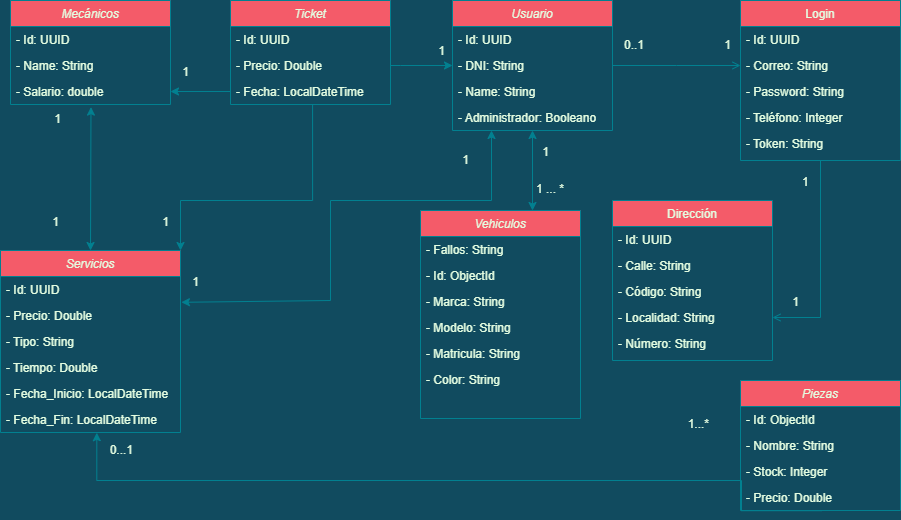
This is taller/Documentación/Taller Mecánico UML.png from javiergmun/TallerMecanico-AD-PSP, a draw.io export, as it was before one commit. Source tidied: cells renumbered, new cells last; positions are measured from the earlier drawing's top-left corner, leaving out a move shared by most shapes.
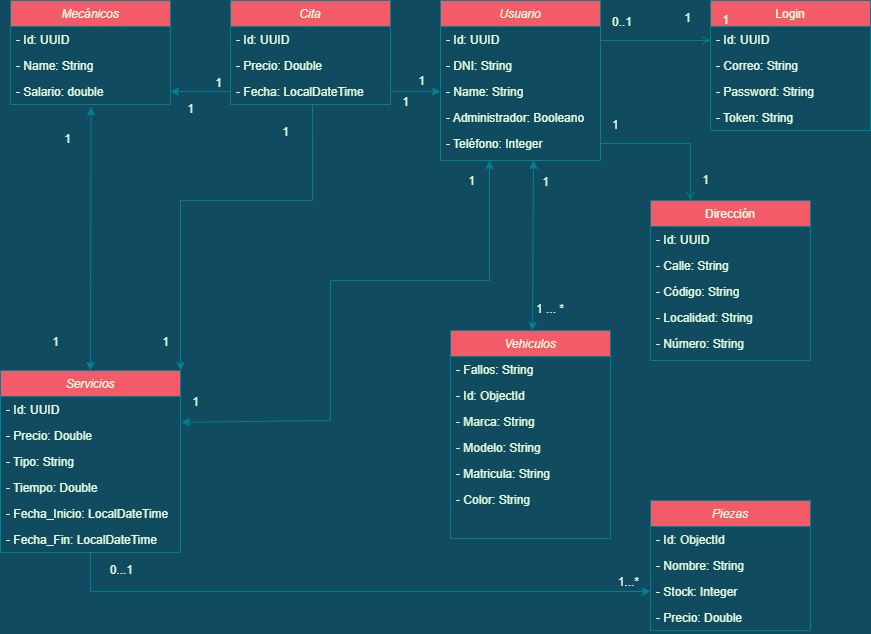
After the change.

Commit message:
Cambios UML

The edit, as a diff of the source:
```diff
@@ -3,7 +3,7 @@
     <mxCell id="0" />
     <mxCell id="1" parent="0" />
     <mxCell id="2" value="Usuario" style="swimlane;fontStyle=2;align=center;verticalAlign=top;horizontal=1;startSize=26;rounded=0;shadow=0;strokeWidth=1;fillColor=#F45B69;strokeColor=#028090;fontColor=#E4FDE1;" parent="1" vertex="1">
-      <mxGeometry x="452" width="160" height="130" as="geometry" />
+      <mxGeometry x="440" y="-120" width="160" height="160" as="geometry" />
     </mxCell>
     <mxCell id="3" value="- Id: UUID" style="text;align=left;verticalAlign=top;spacingLeft=4;spacingRight=4;overflow=hidden;fontColor=#E4FDE1;" parent="2" vertex="1">
       <mxGeometry y="26" width="160" height="26" as="geometry" />
@@ -17,8 +17,11 @@
     <mxCell id="6" value="- Administrador: Booleano" style="text;align=left;verticalAlign=top;spacingLeft=4;spacingRight=4;overflow=hidden;fontColor=#E4FDE1;" parent="2" vertex="1">
       <mxGeometry y="104" width="160" height="26" as="geometry" />
     </mxCell>
+    <mxCell id="11" value="- Teléfono: Integer" style="text;align=left;verticalAlign=top;spacingLeft=4;spacingRight=4;overflow=hidden;points=[[0,0.5],[1,0.5]];portConstraint=eastwest;fontColor=#E4FDE1;" parent="2" vertex="1">
+      <mxGeometry y="130" width="160" height="26" as="geometry" />
+    </mxCell>
     <mxCell id="7" value="Login" style="swimlane;fontStyle=0;align=center;verticalAlign=top;horizontal=1;startSize=26;rounded=0;shadow=0;strokeWidth=1;fillColor=#F45B69;strokeColor=#028090;fontColor=#E4FDE1;" parent="1" vertex="1">
-      <mxGeometry x="740" width="160" height="160" as="geometry" />
+      <mxGeometry x="710" y="-120" width="160" height="130" as="geometry" />
     </mxCell>
     <mxCell id="8" value="- Id: UUID" style="text;align=left;verticalAlign=top;spacingLeft=4;spacingRight=4;overflow=hidden;rounded=0;shadow=0;html=0;fontColor=#E4FDE1;" parent="7" vertex="1">
       <mxGeometry y="26" width="160" height="26" as="geometry" />
@@ -29,38 +32,37 @@
     <mxCell id="10" value="- Password: String" style="text;align=left;verticalAlign=top;spacingLeft=4;spacingRight=4;overflow=hidden;rounded=0;shadow=0;html=0;fontColor=#E4FDE1;" parent="7" vertex="1">
       <mxGeometry y="78" width="160" height="26" as="geometry" />
     </mxCell>
-    <mxCell id="11" value="- Teléfono: Integer" style="text;align=left;verticalAlign=top;spacingLeft=4;spacingRight=4;overflow=hidden;points=[[0,0.5],[1,0.5]];portConstraint=eastwest;rounded=0;shadow=0;html=0;fontColor=#E4FDE1;" parent="7" vertex="1">
-      <mxGeometry y="104" width="160" height="26" as="geometry" />
-    </mxCell>
     <mxCell id="12" value="- Token: String" style="text;align=left;verticalAlign=top;spacingLeft=4;spacingRight=4;overflow=hidden;rounded=0;shadow=0;html=0;fontColor=#E4FDE1;" parent="7" vertex="1">
-      <mxGeometry y="130" width="160" height="26" as="geometry" />
+      <mxGeometry y="104" width="160" height="26" as="geometry" />
     </mxCell>
     <mxCell id="13" style="endArrow=open;shadow=0;strokeWidth=1;rounded=0;endFill=1;edgeStyle=elbowEdgeStyle;elbow=vertical;labelBackgroundColor=#114B5F;strokeColor=#028090;fontColor=#E4FDE1;" parent="1" edge="1" source="2" target="7">
       <mxGeometry x="0.5" y="41" relative="1" as="geometry">
+        <Array as="points">
+          <mxPoint x="630" y="-80" />
+          <mxPoint x="640" y="50" />
+        </Array>
         <mxPoint x="-40" y="32" as="offset" />
       </mxGeometry>
     </mxCell>
     <mxCell id="14" value="0..1" style="align=left;verticalAlign=bottom;labelBackgroundColor=none;fontSize=12;fillColor=#F45B69;strokeColor=#028090;fontColor=#E4FDE1;" parent="13" vertex="1">
       <mxGeometry x="-1" relative="1" as="geometry">
-        <mxPoint x="10" y="-12" as="offset" />
+        <mxPoint x="10" y="-10" as="offset" />
       </mxGeometry>
     </mxCell>
     <mxCell id="15" value="1" style="align=right;verticalAlign=bottom;labelBackgroundColor=none;fontSize=12;fillColor=#F45B69;strokeColor=#028090;fontColor=#E4FDE1;" parent="13" vertex="1">
       <mxGeometry x="1" relative="1" as="geometry">
-        <mxPoint x="-8" y="-12" as="offset" />
+        <mxPoint x="20" y="-12" as="offset" />
       </mxGeometry>
     </mxCell>
-    <mxCell id="16" style="edgeStyle=orthogonalEdgeStyle;rounded=0;jettySize=auto;html=1;exitX=0.508;exitY=1.008;exitDx=0;exitDy=0;exitPerimeter=0;entryX=0.535;entryY=1.008;entryDx=0;entryDy=0;entryPerimeter=0;labelBackgroundColor=#114B5F;strokeColor=#028090;fontColor=#E4FDE1;" parent="1" edge="1" source="21">
+    <mxCell id="16" style="edgeStyle=orthogonalEdgeStyle;rounded=0;jettySize=auto;html=1;labelBackgroundColor=#114B5F;strokeColor=#028090;fontColor=#E4FDE1;entryX=0;entryY=0.5;entryDx=0;entryDy=0;" parent="1" edge="1" source="37" target="20">
       <mxGeometry relative="1" as="geometry">
-        <mxPoint x="96.3" y="432.2" as="targetPoint" />
         <Array as="points">
-          <mxPoint x="741" y="480" />
-          <mxPoint x="96" y="480" />
+          <mxPoint x="90" y="471" />
         </Array>
       </mxGeometry>
     </mxCell>
     <mxCell id="17" value="Piezas" style="swimlane;fontStyle=2;align=center;verticalAlign=top;horizontal=1;startSize=26;rounded=0;shadow=0;strokeWidth=1;fillColor=#F45B69;strokeColor=#028090;fontColor=#E4FDE1;" parent="1" vertex="1">
-      <mxGeometry x="740" y="380" width="160" height="130" as="geometry" />
+      <mxGeometry x="650" y="380" width="160" height="130" as="geometry" />
     </mxCell>
     <mxCell id="18" value="- Id: ObjectId" style="text;align=left;verticalAlign=top;spacingLeft=4;spacingRight=4;overflow=hidden;fontColor=#E4FDE1;" parent="17" vertex="1">
       <mxGeometry y="26" width="160" height="26" as="geometry" />
@@ -77,13 +79,13 @@
     <mxCell id="22" style="edgeStyle=orthogonalEdgeStyle;rounded=0;jettySize=auto;html=1;entryX=1;entryY=0;entryDx=0;entryDy=0;exitX=0.513;exitY=1.008;exitDx=0;exitDy=0;exitPerimeter=0;labelBackgroundColor=#114B5F;strokeColor=#028090;fontColor=#E4FDE1;" parent="1" edge="1" source="26" target="31">
       <mxGeometry relative="1" as="geometry">
         <Array as="points">
-          <mxPoint x="312" y="200" />
-          <mxPoint x="180" y="200" />
+          <mxPoint x="312" y="80" />
+          <mxPoint x="180" y="80" />
         </Array>
       </mxGeometry>
     </mxCell>
-    <mxCell id="23" value="Ticket" style="swimlane;fontStyle=2;align=center;verticalAlign=top;horizontal=1;startSize=26;rounded=0;shadow=0;strokeWidth=1;fillColor=#F45B69;strokeColor=#028090;fontColor=#E4FDE1;" parent="1" vertex="1">
-      <mxGeometry x="230" width="160" height="104" as="geometry" />
+    <mxCell id="23" value="Cita" style="swimlane;fontStyle=2;align=center;verticalAlign=top;horizontal=1;startSize=26;rounded=0;shadow=0;strokeWidth=1;fillColor=#F45B69;strokeColor=#028090;fontColor=#E4FDE1;" parent="1" vertex="1">
+      <mxGeometry x="230" y="-120" width="160" height="104" as="geometry" />
     </mxCell>
     <mxCell id="24" value="- Id: UUID" style="text;align=left;verticalAlign=top;spacingLeft=4;spacingRight=4;overflow=hidden;fontColor=#E4FDE1;" parent="23" vertex="1">
       <mxGeometry y="26" width="160" height="26" as="geometry" />
@@ -95,7 +97,7 @@
       <mxGeometry y="78" width="160" height="26" as="geometry" />
     </mxCell>
     <mxCell id="27" value="Mecánicos" style="swimlane;fontStyle=2;align=center;verticalAlign=top;horizontal=1;startSize=26;rounded=0;shadow=0;strokeWidth=1;fillColor=#F45B69;strokeColor=#028090;fontColor=#E4FDE1;" parent="1" vertex="1">
-      <mxGeometry x="10" width="160" height="104" as="geometry" />
+      <mxGeometry x="10" y="-120" width="160" height="104" as="geometry" />
     </mxCell>
     <mxCell id="28" value="- Id: UUID" style="text;align=left;verticalAlign=top;spacingLeft=4;spacingRight=4;overflow=hidden;fontColor=#E4FDE1;" parent="27" vertex="1">
       <mxGeometry y="26" width="160" height="26" as="geometry" />
@@ -128,7 +130,7 @@
       <mxGeometry y="156" width="180" height="26" as="geometry" />
     </mxCell>
     <mxCell id="38" value="Vehiculos" style="swimlane;fontStyle=2;align=center;verticalAlign=top;horizontal=1;startSize=26;rounded=0;shadow=0;strokeWidth=1;fillColor=#F45B69;strokeColor=#028090;fontColor=#E4FDE1;" parent="1" vertex="1">
-      <mxGeometry x="420" y="210" width="160" height="208" as="geometry" />
+      <mxGeometry x="450" y="210" width="160" height="208" as="geometry" />
     </mxCell>
     <mxCell id="39" value="- Fallos: String" style="text;align=left;verticalAlign=top;spacingLeft=4;spacingRight=4;overflow=hidden;fontColor=#E4FDE1;" parent="38" vertex="1">
       <mxGeometry y="26" width="160" height="26" as="geometry" />
@@ -150,30 +152,25 @@
     </mxCell>
     <mxCell id="45" style="endArrow=classic;startArrow=classic;html=1;rounded=0;exitX=1.005;exitY=-0.008;exitDx=0;exitDy=0;exitPerimeter=0;labelBackgroundColor=#114B5F;strokeColor=#028090;fontColor=#E4FDE1;" parent="1" edge="1" source="33">
       <mxGeometry relative="1" as="geometry">
-        <mxPoint x="491" y="130" as="targetPoint" />
+        <mxPoint x="489" y="40" as="targetPoint" />
         <Array as="points">
           <mxPoint x="330" y="300" />
-          <mxPoint x="330" y="200" />
-          <mxPoint x="491" y="200" />
+          <mxPoint x="330" y="160" />
+          <mxPoint x="489" y="160" />
         </Array>
       </mxGeometry>
     </mxCell>
     <mxCell id="46" value="1" style="align=right;verticalAlign=bottom;labelBackgroundColor=none;fontSize=12;fillColor=#F45B69;strokeColor=#028090;fontColor=#E4FDE1;" parent="1" vertex="1">
       <mxGeometry x="200" y="290" as="geometry" />
     </mxCell>
-    <mxCell id="47" value="1" style="align=right;verticalAlign=bottom;labelBackgroundColor=none;fontSize=12;fillColor=#F45B69;strokeColor=#028090;fontColor=#E4FDE1;" parent="1" vertex="1">
-      <mxGeometry x="220" y="140" as="geometry">
-        <mxPoint x="250" y="28" as="offset" />
-      </mxGeometry>
-    </mxCell>
     <mxCell id="48" style="endArrow=classic;startArrow=classic;html=1;rounded=0;labelBackgroundColor=#114B5F;strokeColor=#028090;fontColor=#E4FDE1;" parent="1" edge="1">
       <mxGeometry relative="1" as="geometry">
         <mxPoint x="532" y="210" as="sourcePoint" />
-        <mxPoint x="532" y="130" as="targetPoint" />
+        <mxPoint x="533" y="40" as="targetPoint" />
       </mxGeometry>
     </mxCell>
     <mxCell id="49" value="1" style="align=right;verticalAlign=bottom;labelBackgroundColor=none;fontSize=12;fillColor=#F45B69;strokeColor=#028090;fontColor=#E4FDE1;" parent="1" vertex="1">
-      <mxGeometry x="550" y="160" as="geometry" />
+      <mxGeometry x="550" y="70" as="geometry" />
     </mxCell>
     <mxCell id="50" value="1 ... *" style="align=right;verticalAlign=bottom;labelBackgroundColor=none;fontSize=12;fillColor=#F45B69;strokeColor=#028090;fontColor=#E4FDE1;" parent="1" vertex="1">
       <mxGeometry x="350" y="290" as="geometry">
@@ -186,13 +183,12 @@
       </mxGeometry>
     </mxCell>
     <mxCell id="52" value="1...*" style="align=right;verticalAlign=bottom;labelBackgroundColor=none;fontSize=12;fillColor=#F45B69;strokeColor=#028090;fontColor=#E4FDE1;" parent="1" vertex="1">
-      <mxGeometry x="710" y="432" as="geometry" />
+      <mxGeometry x="640" y="470" as="geometry" />
     </mxCell>
-    <mxCell id="53" style="edgeStyle=orthogonalEdgeStyle;rounded=0;jettySize=auto;html=1;labelBackgroundColor=#114B5F;strokeColor=#028090;fontColor=#E4FDE1;exitX=1;exitY=0.5;exitDx=0;exitDy=0;" parent="1" edge="1" source="25" target="4">
+    <mxCell id="53" style="edgeStyle=orthogonalEdgeStyle;rounded=0;jettySize=auto;html=1;labelBackgroundColor=#114B5F;strokeColor=#028090;fontColor=#E4FDE1;exitX=1;exitY=0.5;exitDx=0;exitDy=0;entryX=0;entryY=0.5;entryDx=0;entryDy=0;" parent="1" edge="1" source="25" target="5">
       <mxGeometry relative="1" as="geometry">
         <Array as="points">
-          <mxPoint x="400" y="65" />
-          <mxPoint x="400" y="65" />
+          <mxPoint x="390" y="-29" />
         </Array>
       </mxGeometry>
     </mxCell>
@@ -203,7 +199,7 @@
       <mxGeometry relative="1" as="geometry" />
     </mxCell>
     <mxCell id="56" value="1" style="align=right;verticalAlign=bottom;labelBackgroundColor=none;fontSize=12;fillColor=#F45B69;strokeColor=#028090;fontColor=#E4FDE1;" parent="1" vertex="1">
-      <mxGeometry x="210" y="300" as="geometry">
+      <mxGeometry x="220" y="200" as="geometry">
         <mxPoint x="-148" y="-173" as="offset" />
       </mxGeometry>
     </mxCell>
@@ -211,7 +207,7 @@
       <mxGeometry x="60" y="230" as="geometry" />
     </mxCell>
     <mxCell id="58" value="Dirección" style="swimlane;fontStyle=0;align=center;verticalAlign=top;horizontal=1;startSize=26;rounded=0;shadow=0;strokeWidth=1;fillColor=#F45B69;strokeColor=#028090;fontColor=#E4FDE1;" parent="1" vertex="1">
-      <mxGeometry x="612" y="200" width="160" height="160" as="geometry" />
+      <mxGeometry x="650" y="80" width="160" height="160" as="geometry" />
     </mxCell>
     <mxCell id="59" value="- Id: UUID" style="text;align=left;verticalAlign=top;spacingLeft=4;spacingRight=4;overflow=hidden;rounded=0;shadow=0;html=0;fontColor=#E4FDE1;" parent="58" vertex="1">
       <mxGeometry y="26" width="160" height="26" as="geometry" />
@@ -228,26 +224,8 @@
     <mxCell id="63" value="- Número: String" style="text;align=left;verticalAlign=top;spacingLeft=4;spacingRight=4;overflow=hidden;rounded=0;shadow=0;html=0;fontColor=#E4FDE1;" parent="58" vertex="1">
       <mxGeometry y="130" width="160" height="26" as="geometry" />
     </mxCell>
-    <mxCell id="64" style="endArrow=open;shadow=0;strokeWidth=1;rounded=0;endFill=1;edgeStyle=elbowEdgeStyle;elbow=vertical;labelBackgroundColor=#114B5F;strokeColor=#028090;fontColor=#E4FDE1;exitX=0.5;exitY=1;exitDx=0;exitDy=0;entryX=1;entryY=0.5;entryDx=0;entryDy=0;" parent="1" edge="1" source="7" target="62">
-      <mxGeometry x="0.5" y="41" relative="1" as="geometry">
-        <Array as="points">
-          <mxPoint x="840" y="317" />
-        </Array>
-        <mxPoint x="-40" y="32" as="offset" />
-      </mxGeometry>
-    </mxCell>
-    <mxCell id="65" value="1" style="align=left;verticalAlign=bottom;labelBackgroundColor=none;fontSize=12;fillColor=#F45B69;strokeColor=#028090;fontColor=#E4FDE1;" parent="64" vertex="1">
-      <mxGeometry x="-1" relative="1" as="geometry">
-        <mxPoint x="-20" y="30" as="offset" />
-      </mxGeometry>
-    </mxCell>
-    <mxCell id="66" value="1" style="align=right;verticalAlign=bottom;labelBackgroundColor=none;fontSize=12;fillColor=#F45B69;strokeColor=#028090;fontColor=#E4FDE1;" parent="64" vertex="1">
-      <mxGeometry x="1" relative="1" as="geometry">
-        <mxPoint x="28" y="-7" as="offset" />
-      </mxGeometry>
-    </mxCell>
     <mxCell id="67" value="1" style="align=right;verticalAlign=bottom;labelBackgroundColor=none;fontSize=12;fillColor=#F45B69;strokeColor=#028090;fontColor=#E4FDE1;" parent="1" vertex="1">
-      <mxGeometry x="210" y="300" as="geometry">
+      <mxGeometry x="240" y="310" as="geometry">
         <mxPoint x="236" y="-241" as="offset" />
       </mxGeometry>
     </mxCell>
@@ -255,7 +233,51 @@
       <mxGeometry x="170" y="230" as="geometry" />
     </mxCell>
     <mxCell id="69" value="1" style="align=right;verticalAlign=bottom;labelBackgroundColor=none;fontSize=12;fillColor=#F45B69;strokeColor=#028090;fontColor=#E4FDE1;" parent="1" vertex="1">
-      <mxGeometry x="190" y="80" as="geometry" />
+      <mxGeometry x="290" y="20" as="geometry" />
     </mxCell>
+    <mxCell id="70" value="1" style="align=right;verticalAlign=bottom;labelBackgroundColor=none;fontSize=12;fillColor=#F45B69;strokeColor=#028090;fontColor=#E4FDE1;" parent="1" vertex="1">
+      <mxGeometry x="300" y="30" as="geometry">
+        <mxPoint x="-77" y="-59" as="offset" />
+      </mxGeometry>
+    </mxCell>
+    <mxCell id="71" value="1" style="align=right;verticalAlign=bottom;labelBackgroundColor=none;fontSize=12;fillColor=#F45B69;strokeColor=#028090;fontColor=#E4FDE1;" parent="1" vertex="1">
+      <mxGeometry x="310" y="40" as="geometry">
+        <mxPoint x="-115" y="-43" as="offset" />
+      </mxGeometry>
+    </mxCell>
+    <mxCell id="72" value="1" style="align=right;verticalAlign=bottom;labelBackgroundColor=none;fontSize=12;fillColor=#F45B69;strokeColor=#028090;fontColor=#E4FDE1;" parent="1" vertex="1">
+      <mxGeometry x="320" y="50" as="geometry">
+        <mxPoint x="106" y="-81" as="offset" />
+      </mxGeometry>
+    </mxCell>
+    <mxCell id="73" value="1" style="align=right;verticalAlign=bottom;labelBackgroundColor=none;fontSize=12;fillColor=#F45B69;strokeColor=#028090;fontColor=#E4FDE1;" parent="1" vertex="1">
+      <mxGeometry x="410" y="-10" as="geometry" />
+    </mxCell>
+    <mxCell id="74" value="1" style="align=right;verticalAlign=bottom;labelBackgroundColor=none;fontSize=12;fillColor=#F45B69;strokeColor=#028090;fontColor=#E4FDE1;" parent="1" vertex="1">
+      <mxGeometry x="300" y="20" as="geometry">
+        <mxPoint x="392" y="-114" as="offset" />
+      </mxGeometry>
+    </mxCell>
+    <mxCell id="75" style="endArrow=open;shadow=0;strokeWidth=1;rounded=0;endFill=1;edgeStyle=elbowEdgeStyle;elbow=vertical;labelBackgroundColor=#114B5F;strokeColor=#028090;fontColor=#E4FDE1;entryX=0.25;entryY=0;entryDx=0;entryDy=0;exitX=1;exitY=0.5;exitDx=0;exitDy=0;" parent="1" edge="1" source="11" target="58">
+      <mxGeometry x="0.5" y="41" relative="1" as="geometry">
+        <Array as="points">
+          <mxPoint x="620" y="23" />
+          <mxPoint x="640" y="40" />
+          <mxPoint x="640" y="-70" />
+          <mxPoint x="650" y="60" />
+        </Array>
+        <mxPoint x="-40" y="32" as="offset" />
+      </mxGeometry>
+    </mxCell>
+    <mxCell id="76" value="&#10;1" style="align=left;verticalAlign=bottom;labelBackgroundColor=none;fontSize=12;fillColor=#F45B69;strokeColor=#028090;fontColor=#E4FDE1;" parent="75" vertex="1">
+      <mxGeometry x="-1" relative="1" as="geometry">
+        <mxPoint x="10" y="-10" as="offset" />
+      </mxGeometry>
+    </mxCell>
+    <mxCell id="77" value="1" style="align=right;verticalAlign=bottom;labelBackgroundColor=none;fontSize=12;fillColor=#F45B69;strokeColor=#028090;fontColor=#E4FDE1;" parent="75" vertex="1">
+      <mxGeometry x="1" relative="1" as="geometry">
+        <mxPoint x="20" y="-12" as="offset" />
+      </mxGeometry>
+    </mxCell>
   </root>
 </mxGraphModel>
```
